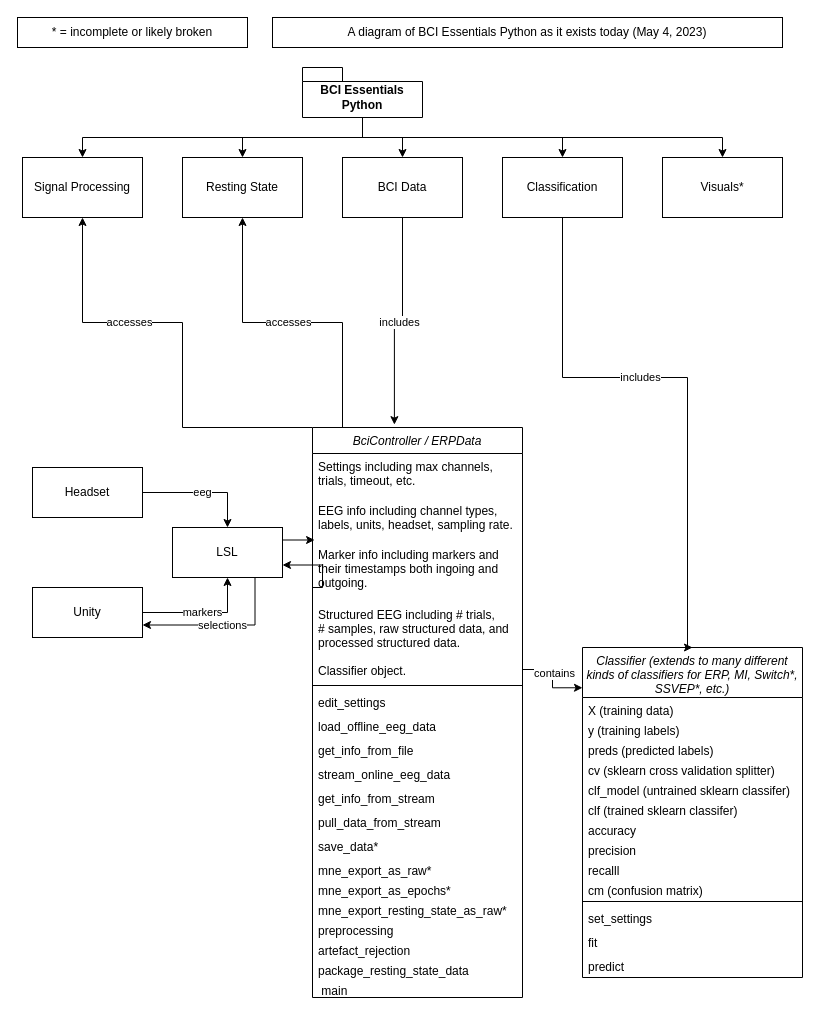
Before: docs/bci_essentials_diagram.drawio in kirtonBCIlab/bci-essentials-python, a draw.io diagram. Source tidied: cells renumbered, new cells numbered last; positions are measured from the earlier drawing's top-left corner, leaving out a move shared by most shapes. Both pictures are drawn from the tidied source at 100%, with x=0, y=0 at pixel (17, 17).
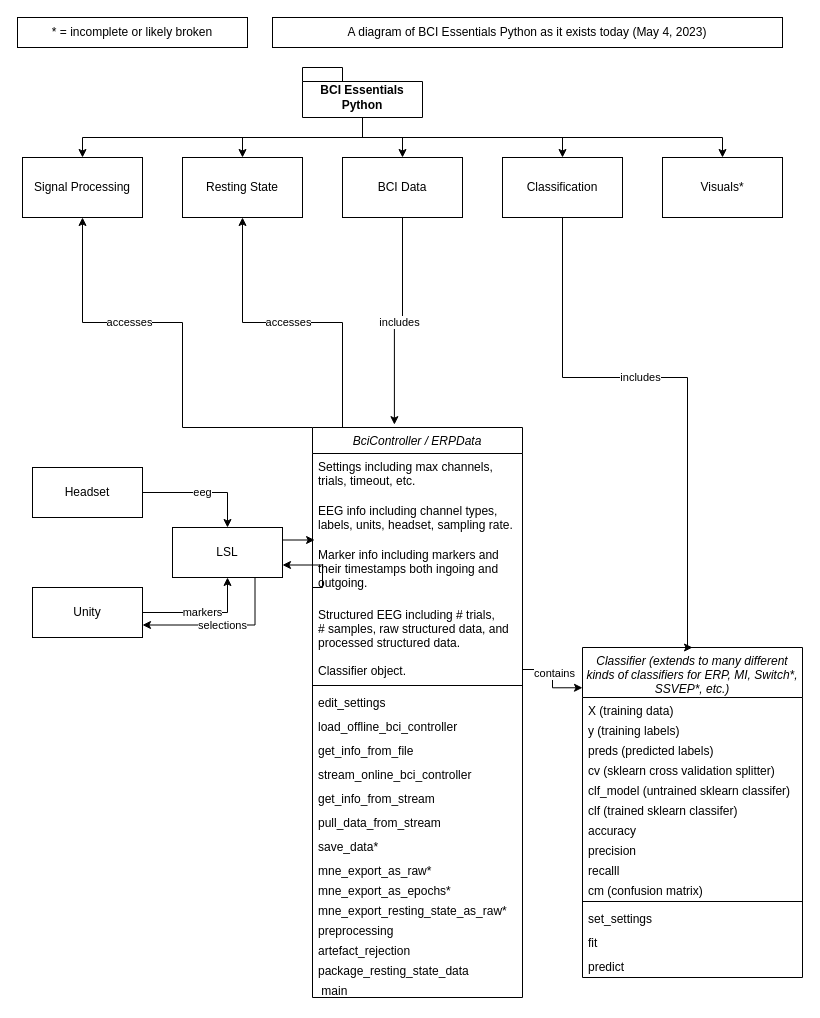
After the change.

The change refers to these unchanged cells:
```xml
<mxCell id="4" value="BciController / ERPData" style="swimlane;fontStyle=2;align=center;verticalAlign=top;horizontal=1;startSize=26;rounded=0;shadow=0;strokeWidth=1;" parent="1" vertex="1">
  <mxGeometry x="295" y="410" width="210" height="570" as="geometry" />
</mxCell>
```

Change to the diagram source:
```diff
@@
-    <mxCell id="12" value="load_offline_eeg_data" style="text;align=left;verticalAlign=top;spacingLeft=4;spacingRight=4;overflow=hidden;" parent="4" vertex="1">
+    <mxCell id="12" value="load_offline_bci_controller" style="text;align=left;verticalAlign=top;spacingLeft=4;spacingRight=4;overflow=hidden;" parent="4" vertex="1">
       <mxGeometry y="286" width="210" height="24" as="geometry" />
     </mxCell>
@@
-    <mxCell id="14" value="stream_online_eeg_data" style="text;align=left;verticalAlign=top;spacingLeft=4;spacingRight=4;overflow=hidden;" parent="4" vertex="1">
+    <mxCell id="14" value="stream_online_bci_controller" style="text;align=left;verticalAlign=top;spacingLeft=4;spacingRight=4;overflow=hidden;" parent="4" vertex="1">
       <mxGeometry y="334" width="210" height="24" as="geometry" />
     </mxCell>
```
